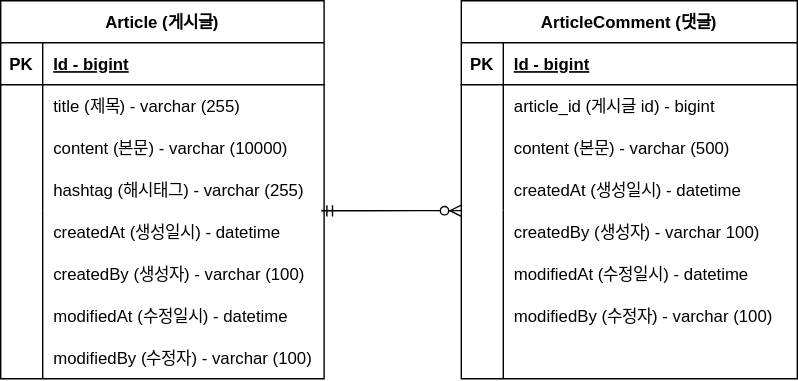
The draw.io diagram Document/project-board-erd.svg in ardevtech7/board-project, before a commit. Source tidied: cells renumbered, new cells last; positions are measured from the earlier drawing's top-left corner, leaving out a move shared by most shapes.
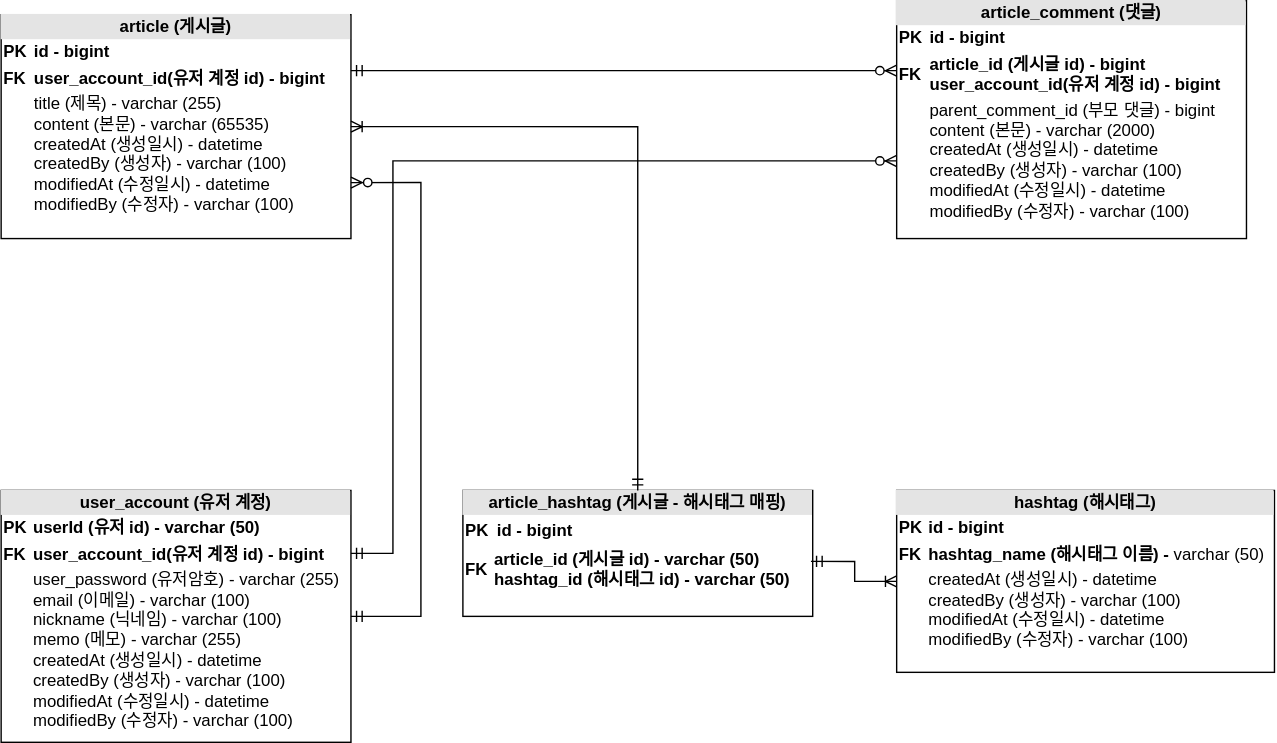
The same file after the commit.

Diff of the diagram source:
```diff
@@ -2,136 +2,50 @@
   <root>
     <mxCell id="0" />
     <mxCell id="1" parent="0" />
-    <mxCell id="2" value="Article (게시글)" style="shape=table;startSize=30;rowLines=0;fontStyle=1;align=center;" parent="1" vertex="1">
-      <mxGeometry width="231" height="270" as="geometry" />
-    </mxCell>
-    <mxCell id="3" style="shape=tableRow;horizontal=0;startSize=0;swimlaneHead=0;swimlaneBody=0;fillColor=none;top=0;left=0;right=0;bottom=1;" parent="2" vertex="1">
-      <mxGeometry y="30" width="231" height="30" as="geometry" />
-    </mxCell>
-    <mxCell id="4" value="PK" style="shape=partialRectangle;fillColor=none;top=0;left=0;bottom=0;right=0;fontStyle=1;overflow=hidden;" parent="3" vertex="1">
-      <mxGeometry width="30" height="30" as="geometry" />
-    </mxCell>
-    <mxCell id="5" value="Id - bigint" style="shape=partialRectangle;fillColor=none;top=0;left=0;bottom=0;right=0;align=left;spacingLeft=6;fontStyle=5;overflow=hidden;" parent="3" vertex="1">
-      <mxGeometry x="30" width="201" height="30" as="geometry" />
-    </mxCell>
-    <mxCell id="6" style="shape=tableRow;horizontal=0;startSize=0;swimlaneHead=0;swimlaneBody=0;fillColor=none;top=0;left=0;right=0;bottom=0;" parent="2" vertex="1">
-      <mxGeometry y="60" width="231" height="30" as="geometry" />
-    </mxCell>
-    <mxCell id="7" style="shape=partialRectangle;fillColor=none;top=0;left=0;bottom=0;right=0;overflow=hidden;" parent="6" vertex="1">
-      <mxGeometry width="30" height="30" as="geometry" />
-    </mxCell>
-    <mxCell id="8" value="title (제목) - varchar (255)" style="shape=partialRectangle;fillColor=none;top=0;left=0;bottom=0;right=0;align=left;spacingLeft=6;overflow=hidden;" parent="6" vertex="1">
-      <mxGeometry x="30" width="201" height="30" as="geometry" />
-    </mxCell>
-    <mxCell id="9" style="shape=tableRow;horizontal=0;startSize=0;swimlaneHead=0;swimlaneBody=0;fillColor=none;top=0;left=0;right=0;bottom=0;" parent="2" vertex="1">
-      <mxGeometry y="90" width="231" height="30" as="geometry" />
-    </mxCell>
-    <mxCell id="10" style="shape=partialRectangle;fillColor=none;top=0;left=0;bottom=0;right=0;overflow=hidden;" parent="9" vertex="1">
-      <mxGeometry width="30" height="30" as="geometry" />
-    </mxCell>
-    <mxCell id="11" value="content (본문) - varchar (10000)" style="shape=partialRectangle;fillColor=none;top=0;left=0;bottom=0;right=0;align=left;spacingLeft=6;overflow=hidden;" parent="9" vertex="1">
-      <mxGeometry x="30" width="201" height="30" as="geometry" />
-    </mxCell>
-    <mxCell id="12" style="shape=tableRow;horizontal=0;startSize=0;swimlaneHead=0;swimlaneBody=0;fillColor=none;top=0;left=0;right=0;bottom=0;" parent="2" vertex="1">
-      <mxGeometry y="120" width="231" height="30" as="geometry" />
-    </mxCell>
-    <mxCell id="13" style="shape=partialRectangle;fillColor=none;top=0;left=0;bottom=0;right=0;overflow=hidden;" parent="12" vertex="1">
-      <mxGeometry width="30" height="30" as="geometry" />
-    </mxCell>
-    <mxCell id="14" value="hashtag (해시태그) - varchar (255)" style="shape=partialRectangle;fillColor=none;top=0;left=0;bottom=0;right=0;align=left;spacingLeft=6;overflow=hidden;" parent="12" vertex="1">
-      <mxGeometry x="30" width="201" height="30" as="geometry" />
-    </mxCell>
-    <mxCell id="15" style="endArrow=none;html=1;rounded=0;" parent="1" edge="1">
-      <mxGeometry relative="1" as="geometry">
-        <mxPoint x="30" y="150" as="sourcePoint" />
-        <mxPoint x="30" y="270" as="targetPoint" />
-      </mxGeometry>
-    </mxCell>
-    <mxCell id="16" style="shape=tableRow;horizontal=0;startSize=0;swimlaneHead=0;swimlaneBody=0;fillColor=none;top=0;left=0;right=0;bottom=0;" parent="1" vertex="1">
-      <mxGeometry y="150" width="230" height="30" as="geometry" />
-    </mxCell>
-    <mxCell id="17" style="shape=partialRectangle;fillColor=none;top=0;left=0;bottom=0;right=0;overflow=hidden;" parent="16" vertex="1">
-      <mxGeometry width="30" height="30" as="geometry" />
-    </mxCell>
-    <mxCell id="18" value="createdAt (생성일시) - datetime" style="shape=partialRectangle;fillColor=none;top=0;left=0;bottom=0;right=0;align=left;spacingLeft=6;overflow=hidden;" parent="16" vertex="1">
-      <mxGeometry x="30" width="200" height="30" as="geometry" />
-    </mxCell>
-    <mxCell id="19" value="createdBy (생성자) - varchar (100)" style="shape=partialRectangle;fillColor=none;top=0;left=0;bottom=0;right=0;align=left;spacingLeft=6;overflow=hidden;" parent="1" vertex="1">
-      <mxGeometry x="30" y="180" width="189" height="30" as="geometry" />
-    </mxCell>
-    <mxCell id="20" value="modifiedAt (수정일시) - datetime" style="shape=partialRectangle;fillColor=none;top=0;left=0;bottom=0;right=0;align=left;spacingLeft=6;overflow=hidden;" parent="1" vertex="1">
-      <mxGeometry x="30" y="210" width="199" height="30" as="geometry" />
-    </mxCell>
-    <mxCell id="21" value="modifiedBy (수정자) - varchar (100)" style="shape=partialRectangle;fillColor=none;top=0;left=0;bottom=0;right=0;align=left;spacingLeft=6;overflow=hidden;" parent="1" vertex="1">
-      <mxGeometry x="30" y="240" width="199" height="30" as="geometry" />
-    </mxCell>
-    <mxCell id="22" value="ArticleComment (댓글)" style="shape=table;startSize=30;rowLines=0;fontStyle=1;align=center;" parent="1" vertex="1">
-      <mxGeometry x="329" width="240" height="270" as="geometry" />
-    </mxCell>
-    <mxCell id="23" style="shape=tableRow;horizontal=0;startSize=0;swimlaneHead=0;swimlaneBody=0;fillColor=none;top=0;left=0;right=0;bottom=1;" parent="22" vertex="1">
-      <mxGeometry y="30" width="240" height="30" as="geometry" />
-    </mxCell>
-    <mxCell id="24" value="PK" style="shape=partialRectangle;fillColor=none;top=0;left=0;bottom=0;right=0;fontStyle=1;overflow=hidden;" parent="23" vertex="1">
-      <mxGeometry width="30" height="30" as="geometry" />
-    </mxCell>
-    <mxCell id="25" value="Id - bigint" style="shape=partialRectangle;fillColor=none;top=0;left=0;bottom=0;right=0;align=left;spacingLeft=6;fontStyle=5;overflow=hidden;" parent="23" vertex="1">
-      <mxGeometry x="30" width="210" height="30" as="geometry" />
-    </mxCell>
-    <mxCell id="26" style="shape=tableRow;horizontal=0;startSize=0;swimlaneHead=0;swimlaneBody=0;fillColor=none;top=0;left=0;right=0;bottom=0;" parent="22" vertex="1">
-      <mxGeometry y="60" width="240" height="30" as="geometry" />
-    </mxCell>
-    <mxCell id="27" style="shape=partialRectangle;fillColor=none;top=0;left=0;bottom=0;right=0;overflow=hidden;" parent="26" vertex="1">
-      <mxGeometry width="30" height="30" as="geometry" />
-    </mxCell>
-    <mxCell id="28" value="article_id (게시글 id) - bigint" style="shape=partialRectangle;fillColor=none;top=0;left=0;bottom=0;right=0;align=left;spacingLeft=6;overflow=hidden;" parent="26" vertex="1">
-      <mxGeometry x="30" width="210" height="30" as="geometry" />
-    </mxCell>
-    <mxCell id="29" style="shape=tableRow;horizontal=0;startSize=0;swimlaneHead=0;swimlaneBody=0;fillColor=none;top=0;left=0;right=0;bottom=0;" parent="22" vertex="1">
-      <mxGeometry y="90" width="240" height="30" as="geometry" />
-    </mxCell>
-    <mxCell id="30" style="shape=partialRectangle;fillColor=none;top=0;left=0;bottom=0;right=0;overflow=hidden;" parent="29" vertex="1">
-      <mxGeometry width="30" height="30" as="geometry" />
-    </mxCell>
-    <mxCell id="31" value="content (본문) - varchar (500)" style="shape=partialRectangle;fillColor=none;top=0;left=0;bottom=0;right=0;align=left;spacingLeft=6;overflow=hidden;" parent="29" vertex="1">
-      <mxGeometry x="30" width="210" height="30" as="geometry" />
-    </mxCell>
-    <mxCell id="32" style="shape=tableRow;horizontal=0;startSize=0;swimlaneHead=0;swimlaneBody=0;fillColor=none;points=[[0,0.5],[1,0.5]];portConstraint=eastwest;top=0;left=0;right=0;bottom=0;" parent="22" vertex="1">
-      <mxGeometry y="120" width="240" height="30" as="geometry" />
-    </mxCell>
-    <mxCell id="33" style="shape=partialRectangle;fillColor=none;top=0;left=0;bottom=0;right=0;overflow=hidden;" parent="32" vertex="1">
-      <mxGeometry width="30" height="30" as="geometry" />
-    </mxCell>
-    <mxCell id="34" style="shape=partialRectangle;fillColor=none;top=0;left=0;bottom=0;right=0;align=left;spacingLeft=6;overflow=hidden;" parent="32" vertex="1">
-      <mxGeometry x="30" width="210" height="30" as="geometry" />
-    </mxCell>
-    <mxCell id="35" style="endArrow=none;html=1;rounded=0;" parent="1" edge="1">
-      <mxGeometry relative="1" as="geometry">
-        <mxPoint x="359" y="150" as="sourcePoint" />
-        <mxPoint x="359" y="270" as="targetPoint" />
-      </mxGeometry>
-    </mxCell>
-    <mxCell id="36" style="shape=tableRow;horizontal=0;startSize=0;swimlaneHead=0;swimlaneBody=0;fillColor=none;top=0;left=0;right=0;bottom=0;" parent="1" vertex="1">
-      <mxGeometry x="329" y="150" width="180" height="30" as="geometry" />
-    </mxCell>
-    <mxCell id="37" style="shape=partialRectangle;fillColor=none;top=0;left=0;bottom=0;right=0;overflow=hidden;" parent="36" vertex="1">
-      <mxGeometry width="30" height="30" as="geometry" />
-    </mxCell>
-    <mxCell id="38" value="createdBy (생성자) - varchar 100)" style="shape=partialRectangle;fillColor=none;top=0;left=0;bottom=0;right=0;align=left;spacingLeft=6;overflow=hidden;" parent="1" vertex="1">
-      <mxGeometry x="359" y="150" width="210" height="30" as="geometry" />
-    </mxCell>
-    <mxCell id="39" value="modifiedAt (수정일시) - datetime" style="shape=partialRectangle;fillColor=none;top=0;left=0;bottom=0;right=0;align=left;spacingLeft=6;overflow=hidden;" parent="1" vertex="1">
-      <mxGeometry x="359" y="180" width="200" height="30" as="geometry" />
-    </mxCell>
-    <mxCell id="40" value="modifiedBy (수정자) - varchar (100)" style="shape=partialRectangle;fillColor=none;top=0;left=0;bottom=0;right=0;align=left;spacingLeft=6;overflow=hidden;" parent="1" vertex="1">
-      <mxGeometry x="359" y="210" width="200" height="30" as="geometry" />
-    </mxCell>
-    <mxCell id="41" value="createdAt (생성일시) - datetime" style="shape=partialRectangle;fillColor=none;top=0;left=0;bottom=0;right=0;align=left;spacingLeft=6;overflow=hidden;" parent="1" vertex="1">
-      <mxGeometry x="359" y="120" width="200" height="30" as="geometry" />
-    </mxCell>
-    <mxCell id="42" style="edgeStyle=entityRelationEdgeStyle;fontSize=12;html=1;endArrow=ERzeroToMany;startArrow=ERmandOne;rounded=0;entryX=0;entryY=0.997;entryDx=0;entryDy=0;entryPerimeter=0;" parent="1" edge="1" target="32">
-      <mxGeometry relative="1" as="geometry">
-        <mxPoint x="229" y="150" as="sourcePoint" />
-      </mxGeometry>
-    </mxCell>
+    <mxCell id="43" value="&lt;div style=&quot;text-align: center; box-sizing: border-box; width: 100%; background: rgb(228, 228, 228); padding: 2px;&quot;&gt;&lt;b&gt;article (게시글)&lt;/b&gt;&lt;/div&gt;&lt;table style=&quot;width:100%;font-size:1em;&quot; cellpadding=&quot;2&quot; cellspacing=&quot;0&quot;&gt;&lt;tbody&gt;&lt;tr&gt;&lt;td&gt;&lt;b&gt;PK&lt;/b&gt;&lt;/td&gt;&lt;td&gt;&lt;b&gt;id - bigint&lt;/b&gt;&lt;/td&gt;&lt;/tr&gt;&lt;tr&gt;&lt;td&gt;&lt;b&gt;FK&lt;/b&gt;&lt;/td&gt;&lt;td&gt;&lt;b&gt;user_account_id(유저 계정 id) - bigint&amp;nbsp;&lt;/b&gt;&lt;/td&gt;&lt;/tr&gt;&lt;tr&gt;&lt;td&gt;&lt;/td&gt;&lt;td&gt;title (제목) - varchar (255)&lt;br&gt;content (본문) - varchar (65535)&lt;br&gt;createdAt (생성일시) - datetime&lt;br&gt;createdBy (생성자) - varchar (100)&lt;br&gt;modifiedAt (수정일시) - datetime&lt;br&gt;modifiedBy (수정자) - varchar (100)&lt;br&gt;&lt;br&gt;&lt;br&gt;&lt;/td&gt;&lt;/tr&gt;&lt;/tbody&gt;&lt;/table&gt;" style="verticalAlign=top;align=left;overflow=fill;html=1;" parent="1" vertex="1">
+      <mxGeometry x="9" y="-30" width="250" height="160" as="geometry" />
+    </mxCell>
+    <mxCell id="44" value="&lt;div style=&quot;text-align: center; box-sizing: border-box; width: 100%; background: rgb(228, 228, 228); padding: 2px;&quot;&gt;&lt;b&gt;article_comment (댓글)&lt;/b&gt;&lt;/div&gt;&lt;table style=&quot;width:100%;font-size:1em;&quot; cellpadding=&quot;2&quot; cellspacing=&quot;0&quot;&gt;&lt;tbody&gt;&lt;tr&gt;&lt;td&gt;&lt;b&gt;PK&lt;/b&gt;&lt;/td&gt;&lt;td&gt;&lt;b&gt;id - bigint&lt;/b&gt;&lt;/td&gt;&lt;/tr&gt;&lt;tr&gt;&lt;td&gt;&lt;b&gt;FK&lt;/b&gt;&lt;/td&gt;&lt;td&gt;&lt;b&gt;article_id (게시글 id) - bigint&amp;nbsp;&lt;br&gt;user_account_id(유저 계정 id) - bigint&amp;nbsp;&lt;/b&gt;&lt;br&gt;&lt;/td&gt;&lt;/tr&gt;&lt;tr&gt;&lt;td&gt;&lt;/td&gt;&lt;td&gt;parent_comment_id (부모 댓글) - bigint&lt;br&gt;content (본문) - varchar (2000)&lt;br&gt;createdAt (생성일시) - datetime&lt;br&gt;createdBy (생성자) - varchar (100)&lt;br&gt;modifiedAt (수정일시) - datetime&lt;br&gt;modifiedBy (수정자) - varchar (100)&lt;br&gt;&lt;br&gt;&lt;br&gt;&lt;/td&gt;&lt;/tr&gt;&lt;/tbody&gt;&lt;/table&gt;" style="verticalAlign=top;align=left;overflow=fill;html=1;" parent="1" vertex="1">
+      <mxGeometry x="649" y="-40" width="250" height="170" as="geometry" />
+    </mxCell>
+    <mxCell id="45" value="&lt;div style=&quot;text-align: center; box-sizing: border-box; width: 100%; background: rgb(228, 228, 228); padding: 2px;&quot;&gt;&lt;b&gt;user_account (유저 계정)&lt;/b&gt;&lt;/div&gt;&lt;table style=&quot;width:100%;font-size:1em;&quot; cellpadding=&quot;2&quot; cellspacing=&quot;0&quot;&gt;&lt;tbody&gt;&lt;tr&gt;&lt;td&gt;&lt;b&gt;PK&lt;/b&gt;&lt;/td&gt;&lt;td&gt;&lt;b&gt;userId (유저 id) - varchar (50)&lt;/b&gt;&lt;/td&gt;&lt;/tr&gt;&lt;tr&gt;&lt;td&gt;&lt;b&gt;FK&lt;/b&gt;&lt;/td&gt;&lt;td&gt;&lt;b&gt;user_account_id(유저 계정 id) - bigint&amp;nbsp;&lt;/b&gt;&lt;/td&gt;&lt;/tr&gt;&lt;tr&gt;&lt;td&gt;&lt;/td&gt;&lt;td&gt;user_password (유저암호) - varchar (255)&lt;br&gt;email (이메일) - varchar (100)&lt;br&gt;nickname (닉네임) - varchar (100)&lt;br&gt;memo (메모) - varchar (255)&lt;br&gt;createdAt (생성일시) - datetime&lt;br&gt;createdBy (생성자) - varchar (100)&lt;br&gt;modifiedAt (수정일시) - datetime&lt;br&gt;modifiedBy (수정자) - varchar (100)&lt;br&gt;&lt;br&gt;&lt;br&gt;&lt;/td&gt;&lt;/tr&gt;&lt;/tbody&gt;&lt;/table&gt;" style="verticalAlign=top;align=left;overflow=fill;html=1;" parent="1" vertex="1">
+      <mxGeometry x="9" y="310" width="250" height="180" as="geometry" />
+    </mxCell>
+    <mxCell id="46" value="&lt;div style=&quot;text-align: center; box-sizing: border-box; width: 100%; background: rgb(228, 228, 228); padding: 2px;&quot;&gt;&lt;b&gt;article_hashtag (게시글 - 해시태그 매핑)&lt;/b&gt;&lt;/div&gt;&lt;table style=&quot;width:100%;font-size:1em;&quot; cellpadding=&quot;2&quot; cellspacing=&quot;0&quot;&gt;&lt;tbody&gt;&lt;tr&gt;&lt;td&gt;&lt;b&gt;PK&lt;/b&gt;&lt;/td&gt;&lt;td&gt;&lt;table style=&quot;border-color: var(--border-color); font-size: 1em; width: 250px;&quot; cellpadding=&quot;2&quot; cellspacing=&quot;0&quot;&gt;&lt;tbody style=&quot;border-color: var(--border-color);&quot;&gt;&lt;tr style=&quot;border-color: var(--border-color);&quot;&gt;&lt;td style=&quot;border-color: var(--border-color);&quot;&gt;&lt;b style=&quot;border-color: var(--border-color);&quot;&gt;id - bigint&lt;/b&gt;&lt;/td&gt;&lt;/tr&gt;&lt;/tbody&gt;&lt;/table&gt;&lt;/td&gt;&lt;/tr&gt;&lt;tr&gt;&lt;td&gt;&lt;b&gt;FK&lt;/b&gt;&lt;/td&gt;&lt;td&gt;&lt;b&gt;article_id (게시글 id) - varchar (50)&lt;br&gt;hashtag_id (해시태그 id) -&amp;nbsp;&lt;/b&gt;&lt;b style=&quot;border-color: var(--border-color);&quot;&gt;varchar (50)&lt;/b&gt;&lt;b&gt;&lt;br&gt;&lt;/b&gt;&lt;/td&gt;&lt;/tr&gt;&lt;tr&gt;&lt;td&gt;&lt;/td&gt;&lt;td&gt;&lt;br&gt;&lt;br&gt;&lt;br&gt;&lt;/td&gt;&lt;/tr&gt;&lt;/tbody&gt;&lt;/table&gt;" style="verticalAlign=top;align=left;overflow=fill;html=1;" parent="1" vertex="1">
+      <mxGeometry x="339" y="310" width="250" height="90" as="geometry" />
+    </mxCell>
+    <mxCell id="47" value="&lt;div style=&quot;text-align: center; box-sizing: border-box; width: 100%; background: rgb(228, 228, 228); padding: 2px;&quot;&gt;&lt;b&gt;hashtag (해시태그)&lt;/b&gt;&lt;/div&gt;&lt;table style=&quot;width:100%;font-size:1em;&quot; cellpadding=&quot;2&quot; cellspacing=&quot;0&quot;&gt;&lt;tbody&gt;&lt;tr&gt;&lt;td&gt;&lt;b&gt;PK&lt;/b&gt;&lt;/td&gt;&lt;td&gt;&lt;b&gt;id - bigint&lt;/b&gt;&lt;/td&gt;&lt;/tr&gt;&lt;tr&gt;&lt;td&gt;&lt;b&gt;FK&lt;/b&gt;&lt;/td&gt;&lt;td&gt;&lt;b&gt;hashtag_name (해시태그 이름) -&amp;nbsp;&lt;/b&gt;varchar (50)&lt;/td&gt;&lt;/tr&gt;&lt;tr&gt;&lt;td&gt;&lt;/td&gt;&lt;td&gt;createdAt (생성일시) - datetime&lt;br&gt;createdBy (생성자) - varchar (100)&lt;br&gt;modifiedAt (수정일시) - datetime&lt;br&gt;modifiedBy (수정자) - varchar (100)&lt;br&gt;&lt;br&gt;&lt;br&gt;&lt;/td&gt;&lt;/tr&gt;&lt;/tbody&gt;&lt;/table&gt;" style="verticalAlign=top;align=left;overflow=fill;html=1;" parent="1" vertex="1">
+      <mxGeometry x="649" y="310" width="270" height="130" as="geometry" />
+    </mxCell>
+    <mxCell id="48" style="edgeStyle=entityRelationEdgeStyle;fontSize=12;html=1;endArrow=ERzeroToMany;startArrow=ERmandOne;rounded=0;entryX=0;entryY=0.294;entryDx=0;entryDy=0;entryPerimeter=0;exitX=1;exitY=0.25;exitDx=0;exitDy=0;" parent="1" edge="1" source="43" target="44">
+      <mxGeometry relative="1" as="geometry" />
+    </mxCell>
+    <mxCell id="49" style="edgeStyle=orthogonalEdgeStyle;fontSize=12;html=1;endArrow=ERoneToMany;startArrow=ERmandOne;rounded=0;entryX=1;entryY=0.5;entryDx=0;entryDy=0;" parent="1" edge="1" source="46" target="43">
+      <mxGeometry relative="1" as="geometry">
+        <Array as="points">
+          <mxPoint x="464" y="50" />
+        </Array>
+      </mxGeometry>
+    </mxCell>
+    <mxCell id="50" style="edgeStyle=orthogonalEdgeStyle;fontSize=12;html=1;endArrow=ERzeroToMany;startArrow=ERmandOne;rounded=0;entryX=1;entryY=0.75;entryDx=0;entryDy=0;exitX=1;exitY=0.5;exitDx=0;exitDy=0;" parent="1" edge="1" source="45" target="43">
+      <mxGeometry relative="1" as="geometry">
+        <Array as="points">
+          <mxPoint x="309" y="400" />
+          <mxPoint x="309" y="90" />
+        </Array>
+      </mxGeometry>
+    </mxCell>
+    <mxCell id="51" style="edgeStyle=orthogonalEdgeStyle;fontSize=12;html=1;endArrow=ERzeroToMany;startArrow=ERmandOne;rounded=0;strokeColor=default;exitX=1;exitY=0.25;exitDx=0;exitDy=0;entryX=0;entryY=0.75;entryDx=0;entryDy=0;" parent="1" edge="1" source="45">
+      <mxGeometry relative="1" as="geometry">
+        <mxPoint x="649" y="74.5" as="targetPoint" />
+        <Array as="points">
+          <mxPoint x="289" y="355" />
+          <mxPoint x="289" y="75" />
+        </Array>
+      </mxGeometry>
+    </mxCell>
+    <mxCell id="52" style="edgeStyle=orthogonalEdgeStyle;fontSize=12;html=1;endArrow=ERoneToMany;startArrow=ERmandOne;rounded=0;strokeColor=default;exitX=0.995;exitY=0.563;exitDx=0;exitDy=0;exitPerimeter=0;entryX=0;entryY=0.5;entryDx=0;entryDy=0;" parent="1" edge="1" source="46" target="47">
+      <mxGeometry relative="1" as="geometry" />
+    </mxCell>
   </root>
 </mxGraphModel>
```
